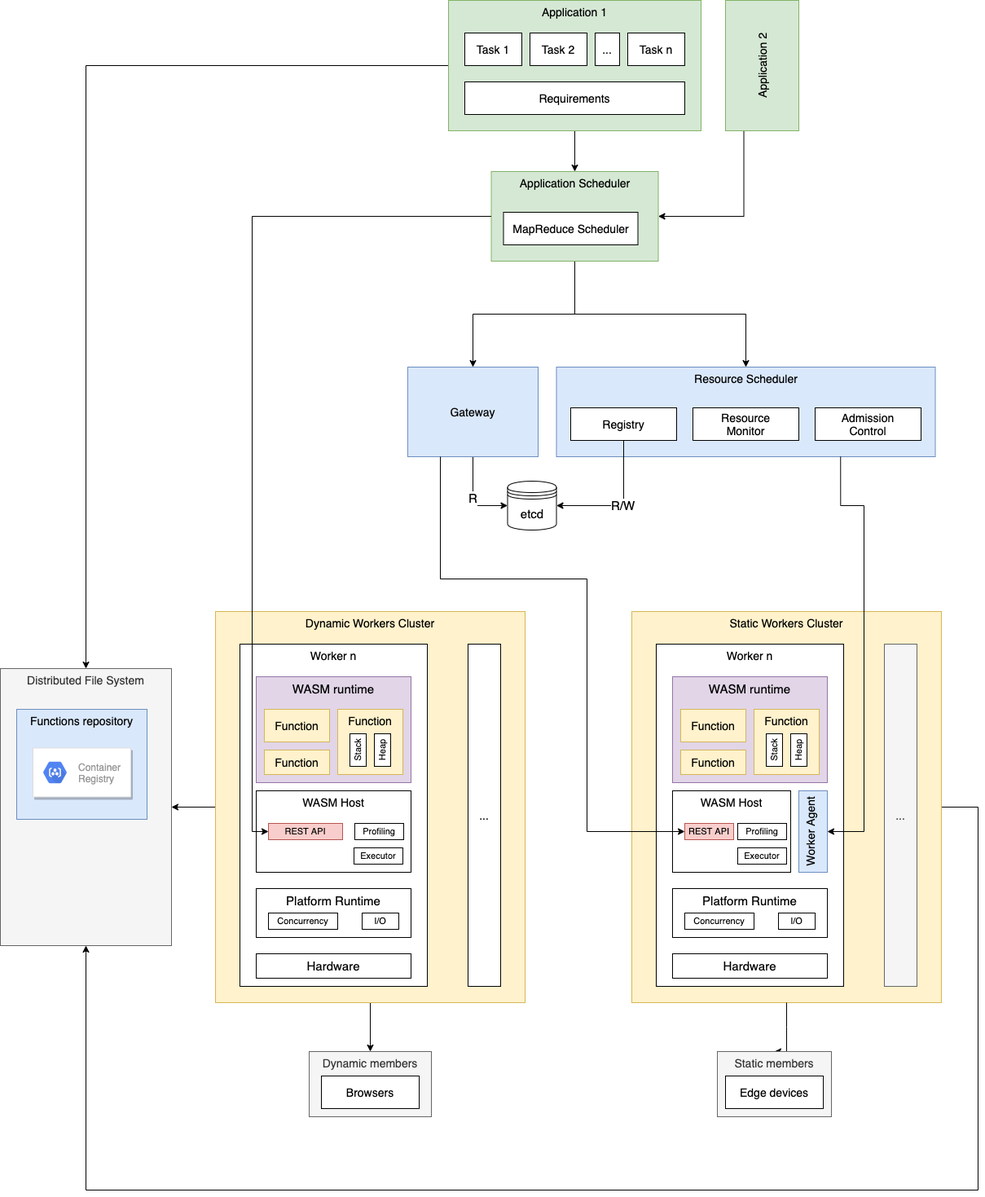
The draw.io diagram fedra/images/architecture-thesis.png in jiayihu/fedra-thesis, before a commit. Source tidied: cells renumbered, new cells last; positions are measured from the earlier drawing's top-left corner, leaving out a move shared by most shapes.
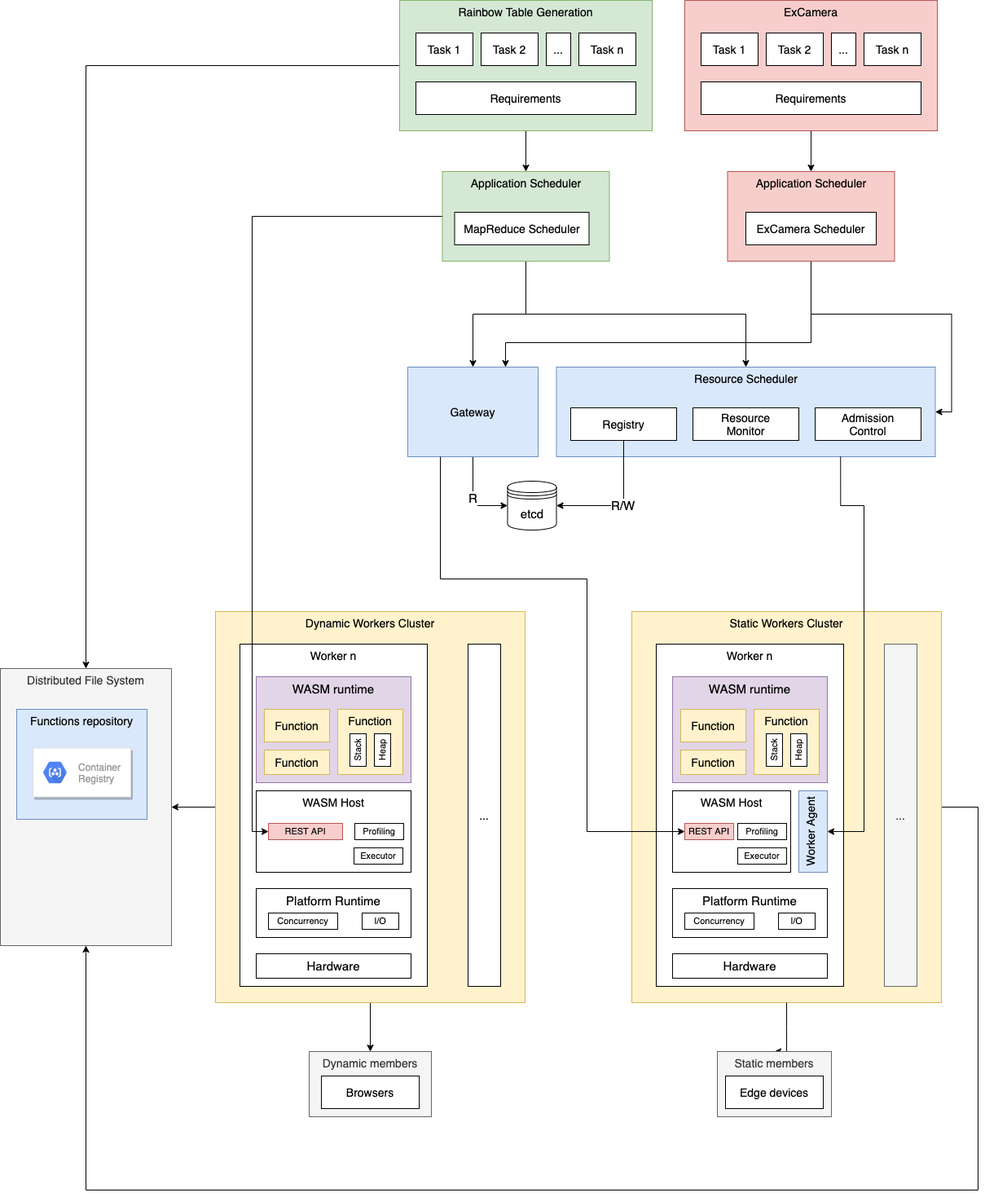
After the change.

What changed in the source:
```diff
@@ -37,26 +37,26 @@
     <mxCell id="9" style="edgeStyle=orthogonalEdgeStyle;rounded=0;jettySize=auto;html=1;exitX=0;exitY=0.5;exitDx=0;exitDy=0;entryX=0.5;entryY=0;entryDx=0;entryDy=0;startArrow=none;startFill=0;endArrow=classic;endFill=1;fontSize=15;" parent="1" edge="1" source="10" target="2">
       <mxGeometry relative="1" as="geometry" />
     </mxCell>
-    <mxCell id="10" value="Application 1" style="rounded=0;whiteSpace=wrap;html=1;fillColor=#d5e8d4;strokeColor=#82b366;fontSize=14;verticalAlign=top;" parent="1" vertex="1">
-      <mxGeometry x="550" width="310" height="160" as="geometry" />
+    <mxCell id="10" value="Rainbow Table Generation" style="rounded=0;whiteSpace=wrap;html=1;fillColor=#d5e8d4;strokeColor=#82b366;fontSize=14;verticalAlign=top;" parent="1" vertex="1">
+      <mxGeometry x="490" width="310" height="160" as="geometry" />
     </mxCell>
     <mxCell id="11" value="Resource Scheduler" style="rounded=0;whiteSpace=wrap;html=1;fillColor=#dae8fc;strokeColor=#6c8ebf;fontSize=14;verticalAlign=top;" parent="1" vertex="1">
       <mxGeometry x="682.5" y="450" width="465" height="110" as="geometry" />
     </mxCell>
     <mxCell id="12" value="Task 1" style="rounded=0;whiteSpace=wrap;html=1;fontSize=14;" parent="1" vertex="1">
-      <mxGeometry x="570" y="40" width="70" height="40" as="geometry" />
+      <mxGeometry x="510" y="40" width="70" height="40" as="geometry" />
     </mxCell>
     <mxCell id="13" value="Requirements" style="rounded=0;whiteSpace=wrap;html=1;fontSize=14;" parent="1" vertex="1">
-      <mxGeometry x="570" y="100" width="270" height="40" as="geometry" />
+      <mxGeometry x="510" y="100" width="270" height="40" as="geometry" />
     </mxCell>
     <mxCell id="14" value="Task 2" style="rounded=0;whiteSpace=wrap;html=1;fontSize=14;" parent="1" vertex="1">
-      <mxGeometry x="650" y="40" width="70" height="40" as="geometry" />
+      <mxGeometry x="590" y="40" width="70" height="40" as="geometry" />
     </mxCell>
     <mxCell id="15" value="Task n" style="rounded=0;whiteSpace=wrap;html=1;fontSize=14;" parent="1" vertex="1">
-      <mxGeometry x="770" y="40" width="70" height="40" as="geometry" />
+      <mxGeometry x="710" y="40" width="70" height="40" as="geometry" />
     </mxCell>
     <mxCell id="16" value="..." style="rounded=0;whiteSpace=wrap;html=1;fontSize=14;" parent="1" vertex="1">
-      <mxGeometry x="730" y="40" width="30" height="40" as="geometry" />
+      <mxGeometry x="670" y="40" width="30" height="40" as="geometry" />
     </mxCell>
     <mxCell id="17" value="R/W" style="edgeStyle=orthogonalEdgeStyle;rounded=0;jettySize=auto;html=1;exitX=0.5;exitY=1;exitDx=0;exitDy=0;entryX=1;entryY=0.5;entryDx=0;entryDy=0;startArrow=none;startFill=0;endArrow=classic;endFill=1;fontSize=15;" parent="1" edge="1" source="18" target="45">
       <mxGeometry relative="1" as="geometry" />
@@ -137,20 +137,14 @@
       <mxGeometry relative="1" as="geometry" />
     </mxCell>
     <mxCell id="43" value="Application Scheduler" style="rounded=0;whiteSpace=wrap;html=1;fillColor=#d5e8d4;strokeColor=#82b366;fontSize=14;verticalAlign=top;" parent="1" vertex="1">
-      <mxGeometry x="602.5" y="210" width="205" height="110" as="geometry" />
+      <mxGeometry x="542.5" y="210" width="205" height="110" as="geometry" />
     </mxCell>
     <mxCell id="44" value="MapReduce Scheduler" style="rounded=0;whiteSpace=wrap;html=1;fontSize=14;verticalAlign=middle;" parent="1" vertex="1">
-      <mxGeometry x="617.5" y="260" width="165" height="40" as="geometry" />
+      <mxGeometry x="557.5" y="260" width="165" height="40" as="geometry" />
     </mxCell>
     <mxCell id="45" value="etcd" style="shape=datastore;whiteSpace=wrap;html=1;fontSize=15;" parent="1" vertex="1">
       <mxGeometry x="622.5" y="590" width="60" height="60" as="geometry" />
     </mxCell>
-    <mxCell id="46" style="edgeStyle=orthogonalEdgeStyle;rounded=0;jettySize=auto;html=1;exitX=0.25;exitY=1;exitDx=0;exitDy=0;entryX=1;entryY=0.5;entryDx=0;entryDy=0;startArrow=none;startFill=0;endArrow=classic;endFill=1;" parent="1" edge="1" source="47" target="43">
-      <mxGeometry relative="1" as="geometry" />
-    </mxCell>
-    <mxCell id="47" value="Application 2" style="rounded=0;whiteSpace=wrap;html=1;fillColor=#d5e8d4;strokeColor=#82b366;fontSize=14;verticalAlign=middle;horizontal=0;" parent="1" vertex="1">
-      <mxGeometry x="890" width="90" height="160" as="geometry" />
-    </mxCell>
     <mxCell id="48" style="strokeColor=#dddddd;shadow=1;strokeWidth=1;rounded=1;absoluteArcSize=1;arcSize=2;fontSize=14;" parent="1" vertex="1">
       <mxGeometry x="40" y="917.5" width="120" height="60" as="geometry" />
     </mxCell>
@@ -243,5 +237,43 @@
     <mxCell id="73" value="Executor" style="rounded=0;whiteSpace=wrap;html=1;fontSize=11;" parent="1" vertex="1">
       <mxGeometry x="905" y="1040" width="60" height="20" as="geometry" />
     </mxCell>
+    <mxCell id="74" style="edgeStyle=orthogonalEdgeStyle;rounded=0;jettySize=auto;html=1;exitX=0.5;exitY=1;exitDx=0;exitDy=0;entryX=0.5;entryY=0;entryDx=0;entryDy=0;startArrow=none;startFill=0;endArrow=classic;endFill=1;fontSize=15;" parent="1" edge="1" source="75" target="83">
+      <mxGeometry relative="1" as="geometry" />
+    </mxCell>
+    <mxCell id="75" value="ExCamera" style="rounded=0;whiteSpace=wrap;html=1;fillColor=#f8cecc;strokeColor=#b85450;fontSize=14;verticalAlign=top;" parent="1" vertex="1">
+      <mxGeometry x="840" width="310" height="160" as="geometry" />
+    </mxCell>
+    <mxCell id="76" value="Task 1" style="rounded=0;whiteSpace=wrap;html=1;fontSize=14;" parent="1" vertex="1">
+      <mxGeometry x="860" y="40" width="70" height="40" as="geometry" />
+    </mxCell>
+    <mxCell id="77" value="Requirements" style="rounded=0;whiteSpace=wrap;html=1;fontSize=14;" parent="1" vertex="1">
+      <mxGeometry x="860" y="100" width="270" height="40" as="geometry" />
+    </mxCell>
+    <mxCell id="78" value="Task 2" style="rounded=0;whiteSpace=wrap;html=1;fontSize=14;" parent="1" vertex="1">
+      <mxGeometry x="940" y="40" width="70" height="40" as="geometry" />
+    </mxCell>
+    <mxCell id="79" value="Task n" style="rounded=0;whiteSpace=wrap;html=1;fontSize=14;" parent="1" vertex="1">
+      <mxGeometry x="1060" y="40" width="70" height="40" as="geometry" />
+    </mxCell>
+    <mxCell id="80" value="..." style="rounded=0;whiteSpace=wrap;html=1;fontSize=14;" parent="1" vertex="1">
+      <mxGeometry x="1020" y="40" width="30" height="40" as="geometry" />
+    </mxCell>
+    <mxCell id="81" style="edgeStyle=orthogonalEdgeStyle;rounded=0;jettySize=auto;html=1;exitX=0.5;exitY=1;exitDx=0;exitDy=0;startArrow=none;startFill=0;endArrow=classic;endFill=1;entryX=1;entryY=0.5;entryDx=0;entryDy=0;" parent="1" edge="1" source="83" target="11">
+      <mxGeometry relative="1" as="geometry" />
+    </mxCell>
+    <mxCell id="82" style="edgeStyle=orthogonalEdgeStyle;rounded=0;jettySize=auto;html=1;exitX=0.5;exitY=1;exitDx=0;exitDy=0;entryX=0.75;entryY=0;entryDx=0;entryDy=0;startArrow=none;startFill=0;endArrow=classic;endFill=1;fontSize=14;" parent="1" edge="1" source="83" target="27">
+      <mxGeometry relative="1" as="geometry">
+        <Array as="points">
+          <mxPoint x="995" y="420" />
+          <mxPoint x="620" y="420" />
+        </Array>
+      </mxGeometry>
+    </mxCell>
+    <mxCell id="83" value="Application Scheduler" style="rounded=0;whiteSpace=wrap;html=1;fillColor=#f8cecc;strokeColor=#b85450;fontSize=14;verticalAlign=top;" parent="1" vertex="1">
+      <mxGeometry x="892.5" y="210" width="205" height="110" as="geometry" />
+    </mxCell>
+    <mxCell id="84" value="ExCamera Scheduler" style="rounded=0;whiteSpace=wrap;html=1;fontSize=14;verticalAlign=middle;" parent="1" vertex="1">
+      <mxGeometry x="915" y="260" width="160" height="40" as="geometry" />
+    </mxCell>
   </root>
 </mxGraphModel>
```
